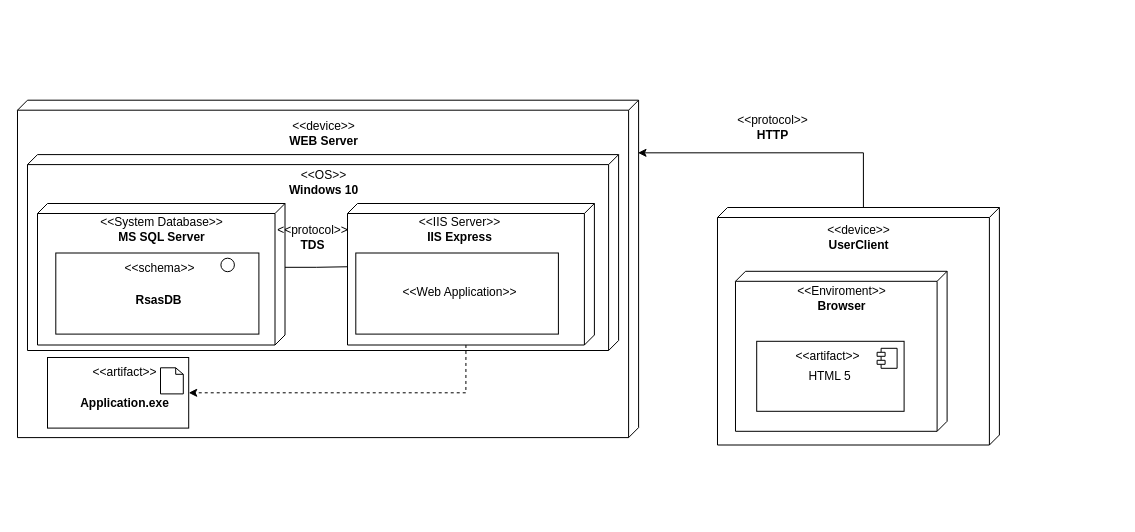
Above: page "A1" (1 of 2) of Documentation/Code/Diagrams/Развертывание/Диаграмма развертывания.drawio in FranGranDev/RSAS (draw.io), before the change. Source tidied: cells renumbered, new cells numbered last; positions are measured from the earlier drawing's top-left corner, leaving out a move shared by most shapes. Both pictures are drawn from the tidied source at 100%, with x=0, y=0 at pixel (17, 67).
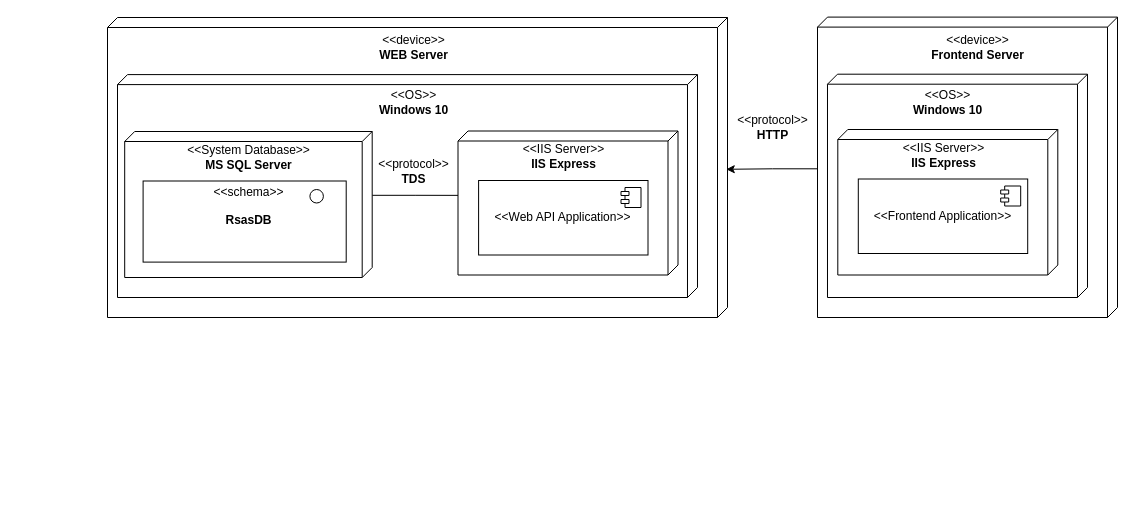
The same diagram, later.

Diff of the diagram source:
```diff
@@
-    <mxCell id="2" style="group;" parent="1" vertex="1">
-      <mxGeometry width="760" height="370" as="geometry" />
-    </mxCell>
-    <mxCell id="3" style="group;" parent="2" vertex="1">
-      <mxGeometry x="21.1" y="65.3" width="717.8" height="304.7" as="geometry" />
-    </mxCell>
+    <mxCell id="44" value="&amp;lt;&amp;lt;protocol&amp;gt;&amp;gt;&lt;br&gt;&lt;b&gt;HTTP&lt;/b&gt;" style="text;html=1;align=center;verticalAlign=middle;strokeColor=none;fillColor=none;" parent="1" vertex="1">
+      <mxGeometry x="710" y="40" width="90" height="40" as="geometry" />
+    </mxCell>
+    <mxCell id="45" style="edgeStyle=orthogonalEdgeStyle;rounded=0;jettySize=auto;html=1;exitX=0.505;exitY=0.992;exitDx=0;exitDy=0;exitPerimeter=0;entryX=0.506;entryY=0.002;entryDx=0;entryDy=0;entryPerimeter=0;" parent="1" edge="1" source="48" target="4">
+      <mxGeometry relative="1" as="geometry" />
+    </mxCell>
-    <mxCell id="4" style="verticalAlign=top;align=left;spacingTop=8;spacingLeft=2;spacingRight=12;shape=cube;size=10;direction=south;fontStyle=4;html=1;whiteSpace=wrap;" parent="3" vertex="1">
-      <mxGeometry x="-21.1" y="-32.6" width="621.1" height="337.4" as="geometry" />
+    <mxCell id="4" style="verticalAlign=top;align=left;spacingTop=8;spacingLeft=2;spacingRight=12;shape=cube;size=10;direction=south;fontStyle=4;html=1;whiteSpace=wrap;" parent="1" vertex="1">
+      <mxGeometry x="90" y="-50" width="620" height="300" as="geometry" />
     </mxCell>
-    <mxCell id="5" style="verticalAlign=top;align=left;spacingTop=8;spacingLeft=2;spacingRight=12;shape=cube;size=10;direction=south;fontStyle=4;html=1;whiteSpace=wrap;" parent="3" vertex="1">
-      <mxGeometry x="-11.1" y="21.8" width="591.1" height="195.9" as="geometry" />
+    <mxCell id="5" style="verticalAlign=top;align=left;spacingTop=8;spacingLeft=2;spacingRight=12;shape=cube;size=10;direction=south;fontStyle=4;html=1;whiteSpace=wrap;" parent="1" vertex="1">
+      <mxGeometry x="100" y="7.1" width="580" height="222.9" as="geometry" />
     </mxCell>
-    <mxCell id="6" value="&amp;lt;&amp;lt;OS&amp;gt;&amp;gt;&lt;br style=&quot;border-color: var(--border-color); text-align: left;&quot;&gt;&lt;span style=&quot;text-align: left;&quot;&gt;&lt;b&gt;Windows 10&lt;/b&gt;&lt;/span&gt;" style="text;html=1;align=center;verticalAlign=middle;strokeColor=none;fillColor=none;" parent="3" vertex="1">
-      <mxGeometry x="239.4" y="29.6" width="90" height="40" as="geometry" />
+    <mxCell id="6" value="&amp;lt;&amp;lt;OS&amp;gt;&amp;gt;&lt;br style=&quot;border-color: var(--border-color); text-align: left;&quot;&gt;&lt;span style=&quot;text-align: left;&quot;&gt;&lt;b&gt;Windows 10&lt;/b&gt;&lt;/span&gt;" style="text;html=1;align=center;verticalAlign=middle;strokeColor=none;fillColor=none;" parent="1" vertex="1">
+      <mxGeometry x="350.6" y="14.9" width="90" height="40" as="geometry" />
     </mxCell>
-    <mxCell id="7" style="group;" parent="3" vertex="1">
-      <mxGeometry x="-1.1" y="70.7" width="269.9" height="141.5" as="geometry" />
-    </mxCell>
+    <mxCell id="19" style="edgeStyle=orthogonalEdgeStyle;rounded=0;jettySize=auto;html=1;endArrow=none;endFill=0;strokeWidth=1;exitX=0;exitY=0;exitDx=63.82352941176471;exitDy=0;exitPerimeter=0;entryX=0.447;entryY=0.999;entryDx=0;entryDy=0;entryPerimeter=0;" parent="1" edge="1" source="8" target="15">
+      <mxGeometry relative="1" as="geometry" />
+    </mxCell>
+    <mxCell id="20" value="&amp;lt;&amp;lt;protocol&amp;gt;&amp;gt;&lt;br&gt;&lt;b&gt;TDS&lt;/b&gt;" style="text;html=1;align=center;verticalAlign=middle;strokeColor=none;fillColor=none;" parent="1" vertex="1">
+      <mxGeometry x="350.5" y="84.2" width="90" height="40" as="geometry" />
+    </mxCell>
+    <mxCell id="21" value="&amp;lt;&amp;lt;device&amp;gt;&amp;gt;&lt;br style=&quot;border-color: var(--border-color); text-align: left;&quot;&gt;&lt;span style=&quot;text-align: left;&quot;&gt;&lt;b&gt;WEB Server&lt;/b&gt;&lt;/span&gt;" style="text;html=1;align=center;verticalAlign=middle;strokeColor=none;fillColor=none;" parent="1" vertex="1">
+      <mxGeometry x="350.6" y="-40" width="90" height="40" as="geometry" />
+    </mxCell>
-    <mxCell id="8" style="verticalAlign=top;align=left;spacingTop=8;spacingLeft=2;spacingRight=12;shape=cube;size=10;direction=south;fontStyle=4;html=1;whiteSpace=wrap;" parent="7" vertex="1">
-      <mxGeometry width="247.5" height="141.5" as="geometry" />
+    <mxCell id="8" style="verticalAlign=top;align=left;spacingTop=8;spacingLeft=2;spacingRight=12;shape=cube;size=10;direction=south;fontStyle=4;html=1;whiteSpace=wrap;" parent="1" vertex="1">
+      <mxGeometry x="107.2" y="64" width="247.5" height="146" as="geometry" />
     </mxCell>
-    <mxCell id="9" value="&amp;lt;&amp;lt;System Database&amp;gt;&amp;gt;&lt;br style=&quot;border-color: var(--border-color); text-align: left;&quot;&gt;&lt;span style=&quot;text-align: left;&quot;&gt;&lt;b style=&quot;&quot;&gt;MS SQL Server&lt;/b&gt;&lt;/span&gt;" style="text;html=1;align=center;verticalAlign=middle;strokeColor=none;fillColor=none;" parent="7" vertex="1">
-      <mxGeometry x="48.6" y="6" width="150" height="40" as="geometry" />
+    <mxCell id="9" value="&amp;lt;&amp;lt;System Database&amp;gt;&amp;gt;&lt;br style=&quot;border-color: var(--border-color); text-align: left;&quot;&gt;&lt;span style=&quot;text-align: left;&quot;&gt;&lt;b style=&quot;&quot;&gt;MS SQL Server&lt;/b&gt;&lt;/span&gt;" style="text;html=1;align=center;verticalAlign=middle;strokeColor=none;fillColor=none;" parent="1" vertex="1">
+      <mxGeometry x="155.8" y="69.9" width="150" height="40" as="geometry" />
     </mxCell>
-    <mxCell id="10" style="rounded=0;whiteSpace=wrap;html=1;" parent="7" vertex="1">
-      <mxGeometry x="18.3" y="49.5" width="203.1" height="81.1" as="geometry" />
+    <mxCell id="10" style="rounded=0;whiteSpace=wrap;html=1;" parent="1" vertex="1">
+      <mxGeometry x="125.6" y="113.5" width="203.1" height="81.1" as="geometry" />
     </mxCell>
-    <mxCell id="11" value="&amp;lt;&amp;lt;schema&amp;gt;&amp;gt;" style="text;html=1;align=center;verticalAlign=middle;strokeColor=none;fillColor=none;" parent="7" vertex="1">
-      <mxGeometry x="76.6" y="49.5" width="90" height="30" as="geometry" />
+    <mxCell id="11" value="&amp;lt;&amp;lt;schema&amp;gt;&amp;gt;" style="text;html=1;align=center;verticalAlign=middle;strokeColor=none;fillColor=none;" parent="1" vertex="1">
+      <mxGeometry x="186" y="110" width="90" height="30" as="geometry" />
     </mxCell>
-    <mxCell id="12" value="&lt;b&gt;RsasDB&lt;/b&gt;" style="text;html=1;align=center;verticalAlign=middle;strokeColor=none;fillColor=none;" parent="7" vertex="1">
-      <mxGeometry x="86" y="82.1" width="70" height="30" as="geometry" />
+    <mxCell id="12" value="&lt;b&gt;RsasDB&lt;/b&gt;" style="text;html=1;align=center;verticalAlign=middle;strokeColor=none;fillColor=none;" parent="1" vertex="1">
+      <mxGeometry x="196" y="138.2" width="70" height="30" as="geometry" />
     </mxCell>
-    <mxCell id="13" style="ellipse;whiteSpace=wrap;html=1;" parent="7" vertex="1">
-      <mxGeometry x="183.4" y="54.7" width="13.5" height="13.5" as="geometry" />
+    <mxCell id="13" style="ellipse;whiteSpace=wrap;html=1;" parent="1" vertex="1">
+      <mxGeometry x="292.4" y="122" width="13.5" height="13.5" as="geometry" />
     </mxCell>
-    <mxCell id="14" style="group;" parent="3" vertex="1">
-      <mxGeometry x="298.9" y="70.7" width="269.3" height="141.5" as="geometry" />
-    </mxCell>
-    <mxCell id="15" style="verticalAlign=top;align=left;spacingTop=8;spacingLeft=2;spacingRight=12;shape=cube;size=10;direction=south;fontStyle=4;html=1;whiteSpace=wrap;" parent="14" vertex="1">
-      <mxGeometry x="10" width="246.9" height="141.5" as="geometry" />
+    <mxCell id="15" style="verticalAlign=top;align=left;spacingTop=8;spacingLeft=2;spacingRight=12;shape=cube;size=10;direction=south;fontStyle=4;html=1;whiteSpace=wrap;" parent="1" vertex="1">
+      <mxGeometry x="440.5" y="63.5" width="220" height="144" as="geometry" />
     </mxCell>
-    <mxCell id="16" value="&amp;lt;&amp;lt;IIS Server&amp;gt;&amp;gt;&lt;br style=&quot;border-color: var(--border-color); text-align: left;&quot;&gt;&lt;span style=&quot;text-align: left;&quot;&gt;&lt;b style=&quot;&quot;&gt;IIS Express&lt;/b&gt;&lt;/span&gt;" style="text;html=1;align=center;verticalAlign=middle;strokeColor=none;fillColor=none;" parent="14" vertex="1">
-      <mxGeometry x="71.6" y="6" width="100" height="40" as="geometry" />
+    <mxCell id="16" value="&amp;lt;&amp;lt;IIS Server&amp;gt;&amp;gt;&lt;br style=&quot;border-color: var(--border-color); text-align: left;&quot;&gt;&lt;span style=&quot;text-align: left;&quot;&gt;&lt;b style=&quot;&quot;&gt;IIS Express&lt;/b&gt;&lt;/span&gt;" style="text;html=1;align=center;verticalAlign=middle;strokeColor=none;fillColor=none;" parent="1" vertex="1">
+      <mxGeometry x="495.8" y="69.4" width="100" height="40" as="geometry" />
     </mxCell>
-    <mxCell id="17" style="rounded=0;whiteSpace=wrap;html=1;" parent="14" vertex="1">
-      <mxGeometry x="18.3" y="49.5" width="202.6" height="81.1" as="geometry" />
-    </mxCell>
-    <mxCell id="18" value="&amp;lt;&amp;lt;Web Application&amp;gt;&amp;gt;" style="text;html=1;align=center;verticalAlign=middle;strokeColor=none;fillColor=none;" parent="14" vertex="1">
-      <mxGeometry x="52.4" y="73.7" width="140" height="30" as="geometry" />
-    </mxCell>
-    <mxCell id="19" style="edgeStyle=orthogonalEdgeStyle;rounded=0;jettySize=auto;html=1;endArrow=none;endFill=0;strokeWidth=1;exitX=0;exitY=0;exitDx=63.82352941176471;exitDy=0;exitPerimeter=0;entryX=0.447;entryY=0.999;entryDx=0;entryDy=0;entryPerimeter=0;" parent="3" edge="1" source="8" target="15">
-      <mxGeometry relative="1" as="geometry" />
-    </mxCell>
-    <mxCell id="20" value="&amp;lt;&amp;lt;protocol&amp;gt;&amp;gt;&lt;br&gt;&lt;b&gt;TDS&lt;/b&gt;" style="text;html=1;align=center;verticalAlign=middle;strokeColor=none;fillColor=none;" parent="3" vertex="1">
-      <mxGeometry x="228.9" y="84.7" width="90" height="40" as="geometry" />
-    </mxCell>
-    <mxCell id="21" value="&amp;lt;&amp;lt;device&amp;gt;&amp;gt;&lt;br style=&quot;border-color: var(--border-color); text-align: left;&quot;&gt;&lt;span style=&quot;text-align: left;&quot;&gt;&lt;b&gt;WEB Server&lt;/b&gt;&lt;/span&gt;" style="text;html=1;align=center;verticalAlign=middle;strokeColor=none;fillColor=none;" parent="3" vertex="1">
-      <mxGeometry x="239.4" y="-19.3" width="90" height="40" as="geometry" />
-    </mxCell>
-    <mxCell id="22" style="edgeStyle=orthogonalEdgeStyle;rounded=0;jettySize=auto;html=1;dashed=1;exitX=0;exitY=0;exitDx=141.47058823529412;exitDy=128.46839656285024;exitPerimeter=0;entryX=1;entryY=0.5;entryDx=0;entryDy=0;" parent="1" edge="1" source="15" target="24">
-      <mxGeometry relative="1" as="geometry">
-        <Array as="points">
-          <mxPoint x="449" y="325" />
-        </Array>
-      </mxGeometry>
-    </mxCell>
-    <mxCell id="23" style="group;" parent="1" vertex="1">
-      <mxGeometry x="30" y="290" width="141.2" height="70.6" as="geometry" />
-    </mxCell>
-    <mxCell id="24" style="rounded=0;whiteSpace=wrap;html=1;" parent="23" vertex="1">
-      <mxGeometry width="141.2" height="70.6" as="geometry" />
-    </mxCell>
-    <mxCell id="25" value="&lt;b&gt;Application.exe&lt;/b&gt;" style="text;html=1;align=center;verticalAlign=middle;strokeColor=none;fillColor=none;" parent="24" vertex="1">
-      <mxGeometry x="21.5" y="30.6" width="110" height="30" as="geometry" />
-    </mxCell>
-    <mxCell id="26" value="&amp;lt;&amp;lt;artifact&amp;gt;&amp;gt;" style="text;html=1;align=center;verticalAlign=middle;strokeColor=none;fillColor=none;" parent="23" vertex="1">
-      <mxGeometry x="31.5" width="90" height="30" as="geometry" />
-    </mxCell>
-    <mxCell id="27" style="group;" parent="23" vertex="1">
-      <mxGeometry x="113" y="10.3" width="22.8" height="26.1" as="geometry" />
-    </mxCell>
-    <mxCell id="28" style="endArrow=none;html=1;rounded=0;" parent="27" edge="1">
-      <mxGeometry relative="1" as="geometry">
-        <mxPoint y="26.1" as="sourcePoint" />
-        <mxPoint as="targetPoint" />
-      </mxGeometry>
-    </mxCell>
-    <mxCell id="29" style="endArrow=none;html=1;rounded=0;" parent="27" edge="1">
-      <mxGeometry relative="1" as="geometry">
-        <mxPoint x="22.8" y="26.1" as="sourcePoint" />
-        <mxPoint y="26.1" as="targetPoint" />
-      </mxGeometry>
-    </mxCell>
-    <mxCell id="30" style="endArrow=none;html=1;rounded=0;" parent="27" edge="1">
-      <mxGeometry relative="1" as="geometry">
-        <mxPoint x="22.8" y="26.1" as="sourcePoint" />
-        <mxPoint x="22.8" y="6.5" as="targetPoint" />
-      </mxGeometry>
-    </mxCell>
-    <mxCell id="31" style="endArrow=none;html=1;rounded=0;" parent="27" edge="1">
-      <mxGeometry relative="1" as="geometry">
-        <mxPoint x="15.2" as="sourcePoint" />
-        <mxPoint as="targetPoint" />
-      </mxGeometry>
-    </mxCell>
-    <mxCell id="32" style="endArrow=none;html=1;rounded=0;" parent="27" edge="1">
-      <mxGeometry relative="1" as="geometry">
-        <mxPoint x="22.8" y="6.5" as="sourcePoint" />
-        <mxPoint x="15.2" as="targetPoint" />
-      </mxGeometry>
-    </mxCell>
-    <mxCell id="33" style="endArrow=none;html=1;rounded=0;" parent="27" edge="1">
-      <mxGeometry relative="1" as="geometry">
-        <mxPoint x="15.2" y="6.5" as="sourcePoint" />
-        <mxPoint x="22.8" y="6.5" as="targetPoint" />
-      </mxGeometry>
-    </mxCell>
-    <mxCell id="34" style="endArrow=none;html=1;rounded=0;" parent="27" edge="1">
-      <mxGeometry relative="1" as="geometry">
-        <mxPoint x="15.2" y="6.5" as="sourcePoint" />
-        <mxPoint x="15.2" as="targetPoint" />
-      </mxGeometry>
-    </mxCell>
-    <mxCell id="35" style="group;" parent="1" vertex="1">
-      <mxGeometry x="680" y="160" width="290" height="287.5" as="geometry" />
-    </mxCell>
-    <mxCell id="36" style="verticalAlign=top;align=left;spacingTop=8;spacingLeft=2;spacingRight=12;shape=cube;size=10;direction=south;fontStyle=4;html=1;whiteSpace=wrap;" parent="35" vertex="1">
-      <mxGeometry x="20" y="-20" width="281.9" height="237.5" as="geometry" />
-    </mxCell>
-    <mxCell id="37" value="&amp;lt;&amp;lt;device&amp;gt;&amp;gt;&lt;br style=&quot;border-color: var(--border-color); text-align: left;&quot;&gt;&lt;span style=&quot;text-align: left;&quot;&gt;&lt;b&gt;UserClient&lt;/b&gt;&lt;/span&gt;" style="text;html=1;align=center;verticalAlign=middle;strokeColor=none;fillColor=none;" parent="35" vertex="1">
-      <mxGeometry x="116" y="-10" width="90" height="40" as="geometry" />
-    </mxCell>
-    <mxCell id="38" style="group;" parent="35" vertex="1">
-      <mxGeometry x="38" y="43.8" width="253.9" height="160" as="geometry" />
-    </mxCell>
-    <mxCell id="39" style="verticalAlign=top;align=left;spacingTop=8;spacingLeft=2;spacingRight=12;shape=cube;size=10;direction=south;fontStyle=4;html=1;whiteSpace=wrap;" parent="38" vertex="1">
-      <mxGeometry width="211.6" height="160" as="geometry" />
-    </mxCell>
-    <mxCell id="40" value="&amp;lt;&amp;lt;Enviroment&amp;gt;&amp;gt;&lt;br style=&quot;border-color: var(--border-color); text-align: left;&quot;&gt;&lt;span style=&quot;text-align: left;&quot;&gt;&lt;b style=&quot;&quot;&gt;Browser&lt;/b&gt;&lt;/span&gt;" style="text;html=1;align=center;verticalAlign=middle;strokeColor=none;fillColor=none;" parent="38" vertex="1">
-      <mxGeometry x="50.8" y="6.7" width="110" height="40" as="geometry" />
-    </mxCell>
-    <mxCell id="41" value="HTML 5" style="html=1;whiteSpace=wrap;" parent="38" vertex="1">
-      <mxGeometry x="21.2" y="70" width="147.4" height="70" as="geometry" />
-    </mxCell>
-    <mxCell id="42" style="shape=module;jettyWidth=8;jettyHeight=4;" parent="41" vertex="1">
-      <mxGeometry x="1" width="20" height="20" relative="1" as="geometry">
-        <mxPoint x="-27" y="7" as="offset" />
-      </mxGeometry>
-    </mxCell>
-    <mxCell id="43" value="&amp;lt;&amp;lt;artifact&amp;gt;&amp;gt;" style="text;html=1;align=center;verticalAlign=middle;strokeColor=none;fillColor=none;" parent="38" vertex="1">
-      <mxGeometry x="47.3" y="70" width="90" height="30" as="geometry" />
-    </mxCell>
-    <mxCell id="44" value="&amp;lt;&amp;lt;protocol&amp;gt;&amp;gt;&lt;br&gt;&lt;b&gt;HTTP&lt;/b&gt;" style="text;html=1;align=center;verticalAlign=middle;strokeColor=none;fillColor=none;" parent="1" vertex="1">
-      <mxGeometry x="710" y="40" width="90" height="40" as="geometry" />
-    </mxCell>
-    <mxCell id="45" style="edgeStyle=orthogonalEdgeStyle;rounded=0;jettySize=auto;html=1;entryX=0.156;entryY=0.001;entryDx=0;entryDy=0;entryPerimeter=0;exitX=0;exitY=0;exitDx=0;exitDy=135.97222222222223;exitPerimeter=0;" parent="1" edge="1" source="36" target="4">
-      <mxGeometry relative="1" as="geometry" />
-    </mxCell>
+    <mxCell id="46" value="&lt;span style=&quot;text-wrap-mode: nowrap;&quot;&gt;&amp;lt;&amp;lt;Web API Application&amp;gt;&amp;gt;&lt;/span&gt;" style="html=1;whiteSpace=wrap;" parent="1" vertex="1">
+      <mxGeometry x="461.1" y="113" width="169.4" height="74.5" as="geometry" />
+    </mxCell>
+    <mxCell id="47" style="shape=module;jettyWidth=8;jettyHeight=4;" parent="46" vertex="1">
+      <mxGeometry x="1" width="20" height="20" relative="1" as="geometry">
+        <mxPoint x="-27" y="7" as="offset" />
+      </mxGeometry>
+    </mxCell>
+    <mxCell id="48" style="verticalAlign=top;align=left;spacingTop=8;spacingLeft=2;spacingRight=12;shape=cube;size=10;direction=south;fontStyle=4;html=1;whiteSpace=wrap;" parent="1" vertex="1">
+      <mxGeometry x="800" y="-50.4" width="300" height="300.4" as="geometry" />
+    </mxCell>
+    <mxCell id="49" style="verticalAlign=top;align=left;spacingTop=8;spacingLeft=2;spacingRight=12;shape=cube;size=10;direction=south;fontStyle=4;html=1;whiteSpace=wrap;" parent="1" vertex="1">
+      <mxGeometry x="810" y="6.7" width="260" height="223.3" as="geometry" />
+    </mxCell>
+    <mxCell id="50" value="&amp;lt;&amp;lt;OS&amp;gt;&amp;gt;&lt;br style=&quot;border-color: var(--border-color); text-align: left;&quot;&gt;&lt;span style=&quot;text-align: left;&quot;&gt;&lt;b&gt;Windows 10&lt;/b&gt;&lt;/span&gt;" style="text;html=1;align=center;verticalAlign=middle;strokeColor=none;fillColor=none;" parent="1" vertex="1">
+      <mxGeometry x="885.3" y="14.5" width="90" height="40" as="geometry" />
+    </mxCell>
+    <mxCell id="51" value="&amp;lt;&amp;lt;device&amp;gt;&amp;gt;&lt;br style=&quot;border-color: var(--border-color); text-align: left;&quot;&gt;&lt;span style=&quot;text-align: left;&quot;&gt;&lt;b&gt;Frontend Server&lt;/b&gt;&lt;/span&gt;" style="text;html=1;align=center;verticalAlign=middle;strokeColor=none;fillColor=none;" parent="1" vertex="1">
+      <mxGeometry x="900" y="-40" width="120" height="40" as="geometry" />
+    </mxCell>
+    <mxCell id="52" style="verticalAlign=top;align=left;spacingTop=8;spacingLeft=2;spacingRight=12;shape=cube;size=10;direction=south;fontStyle=4;html=1;whiteSpace=wrap;" parent="1" vertex="1">
+      <mxGeometry x="820.3" y="62" width="220" height="145.5" as="geometry" />
+    </mxCell>
+    <mxCell id="53" value="&amp;lt;&amp;lt;IIS Server&amp;gt;&amp;gt;&lt;br style=&quot;border-color: var(--border-color); text-align: left;&quot;&gt;&lt;span style=&quot;text-align: left;&quot;&gt;&lt;b style=&quot;&quot;&gt;IIS Express&lt;/b&gt;&lt;/span&gt;" style="text;html=1;align=center;verticalAlign=middle;strokeColor=none;fillColor=none;" parent="1" vertex="1">
+      <mxGeometry x="875.5" y="67.9" width="100" height="40" as="geometry" />
+    </mxCell>
+    <mxCell id="54" value="&lt;span style=&quot;text-wrap-mode: nowrap;&quot;&gt;&amp;lt;&amp;lt;Frontend Application&amp;gt;&amp;gt;&lt;/span&gt;" style="html=1;whiteSpace=wrap;" parent="1" vertex="1">
+      <mxGeometry x="840.8" y="111.5" width="169.4" height="74.5" as="geometry" />
+    </mxCell>
+    <mxCell id="55" style="shape=module;jettyWidth=8;jettyHeight=4;" parent="54" vertex="1">
+      <mxGeometry x="1" width="20" height="20" relative="1" as="geometry">
+        <mxPoint x="-27" y="7" as="offset" />
+      </mxGeometry>
+    </mxCell>
```
